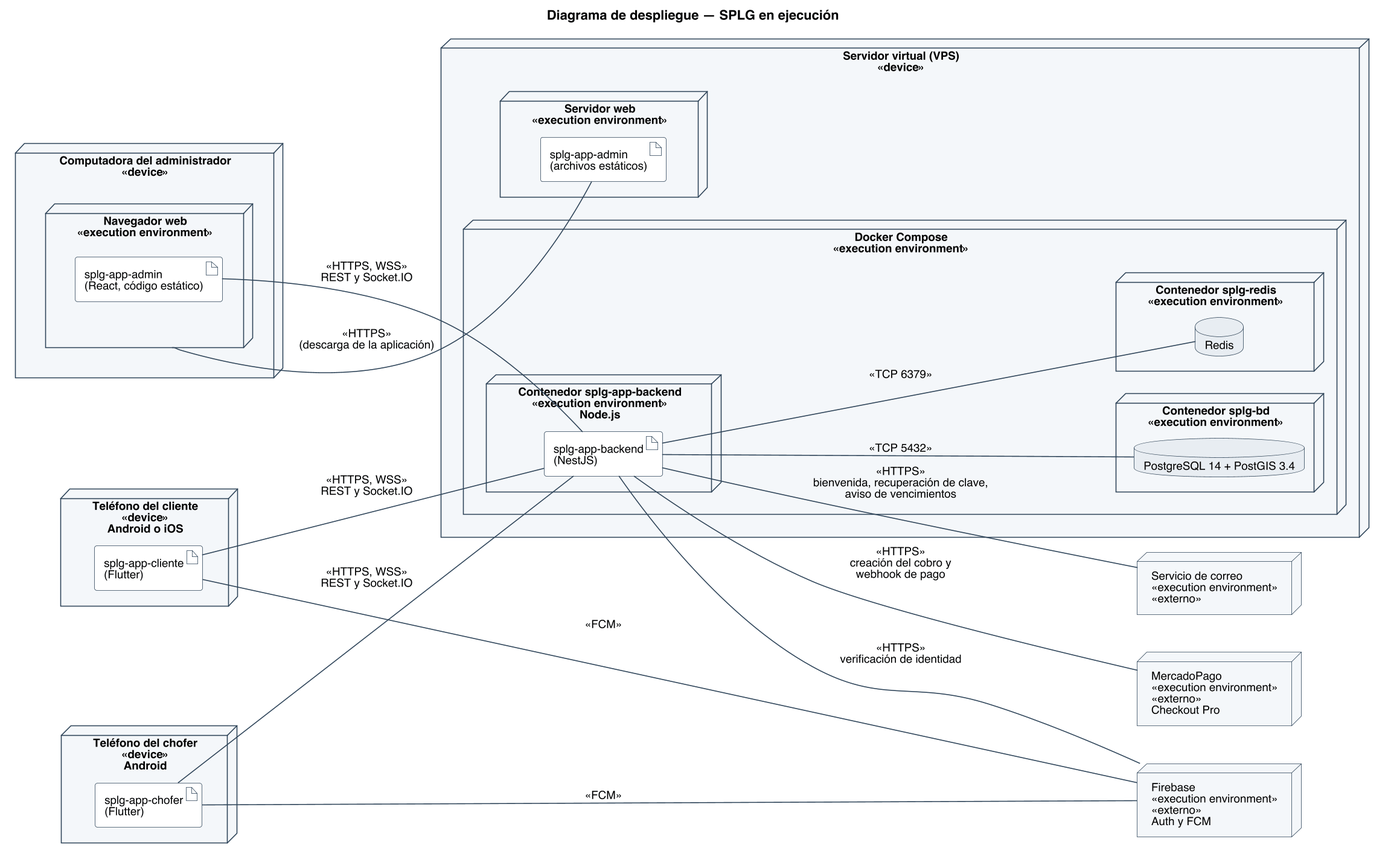
This is diagramas/uml/UML_Despliegue.png from Nahuelito-Dev/splg-docs, a PlantUML export, as it was before one commit.
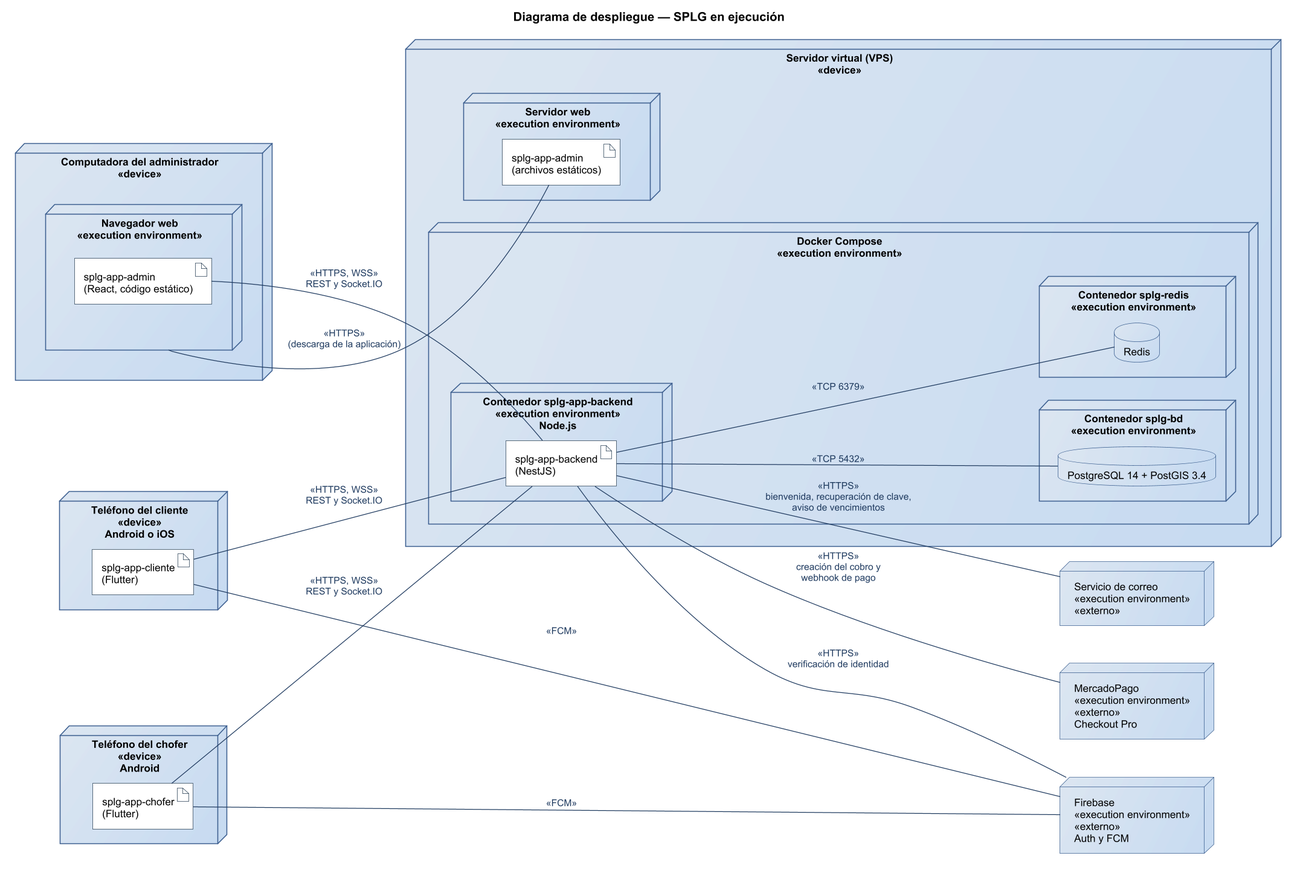
After the change.

Diff of the diagram source:
```diff
@@ -1,27 +1,9 @@
 @startuml
 title Diagrama de despliegue — SPLG en ejecución
-skinparam backgroundColor #FFFFFF
-skinparam shadowing false
-skinparam defaultFontName Helvetica
-skinparam defaultFontSize 12
-skinparam dpi 150
-skinparam ArrowColor #2C4257
-skinparam ArrowFontSize 12
-skinparam node {
-  BorderColor #2C4257
-  BackgroundColor #F4F7FA
-}
+!include ../estilo-vp.iuml
 skinparam artifact {
   BorderColor #2C4257
   BackgroundColor #FFFFFF
-}
-skinparam database {
-  BorderColor #2C4257
-  BackgroundColor #E8EDF2
-}
-skinparam node<<externo>> {
-  BorderColor #8E5566
-  BackgroundColor #F7ECEF
 }
 left to right direction
 skinparam nodesep 40
```
